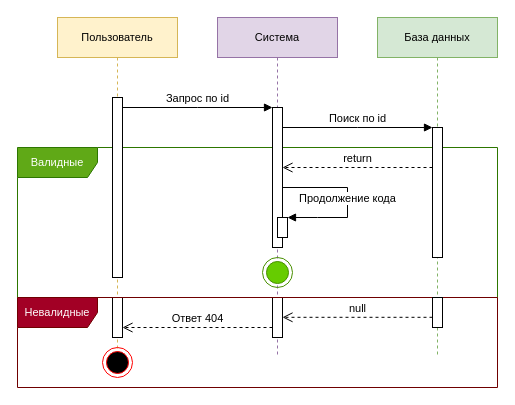
The draw.io diagram page "Поиск по ИД" (3 of 3) of docs/res/последовательности/Общее.drawio in Zamelane/course-project-4, before the edit. Source tidied: cells renumbered, new cells numbered last; positions are measured from the earlier drawing's top-left corner, leaving out a move shared by most shapes. Both pictures are drawn from the tidied source at 100%, with x=0, y=0 at pixel (17, 17).
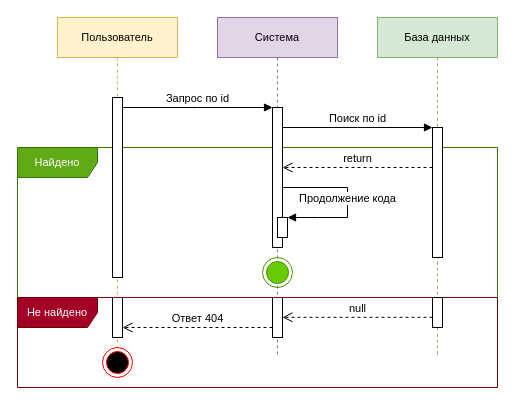
After the change.

Commit message (it also covers changes not shown here):
Поправил Общее и сделал Преценденты

What changed in the source:
```diff
@@
-    <mxCell id="3" value="Валидные" style="shape=umlFrame;whiteSpace=wrap;html=1;labelBackgroundColor=none;strokeColor=#2D7600;fontFamily=Helvetica;fontSize=11;fillColor=#60a917;fontColor=#ffffff;width=80;height=30;" parent="1" vertex="1">
+    <mxCell id="3" value="Найдено" style="shape=umlFrame;whiteSpace=wrap;html=1;labelBackgroundColor=none;strokeColor=#2D7600;fontFamily=Helvetica;fontSize=11;fillColor=#60a917;fontColor=#ffffff;width=80;height=30;" parent="1" vertex="1">
       <mxGeometry y="130" width="480" height="150" as="geometry" />
     </mxCell>
@@
-    <mxCell id="12" value="Невалидные" style="shape=umlFrame;whiteSpace=wrap;html=1;labelBackgroundColor=none;strokeColor=#6F0000;fontFamily=Helvetica;fontSize=11;fillColor=#a20025;fontColor=#ffffff;width=80;height=30;" parent="1" vertex="1">
+    <mxCell id="12" value="Не найдено" style="shape=umlFrame;whiteSpace=wrap;html=1;labelBackgroundColor=none;strokeColor=#6F0000;fontFamily=Helvetica;fontSize=11;fillColor=#a20025;fontColor=#ffffff;width=80;height=30;" parent="1" vertex="1">
       <mxGeometry y="280" width="480" height="90" as="geometry" />
     </mxCell>
```
